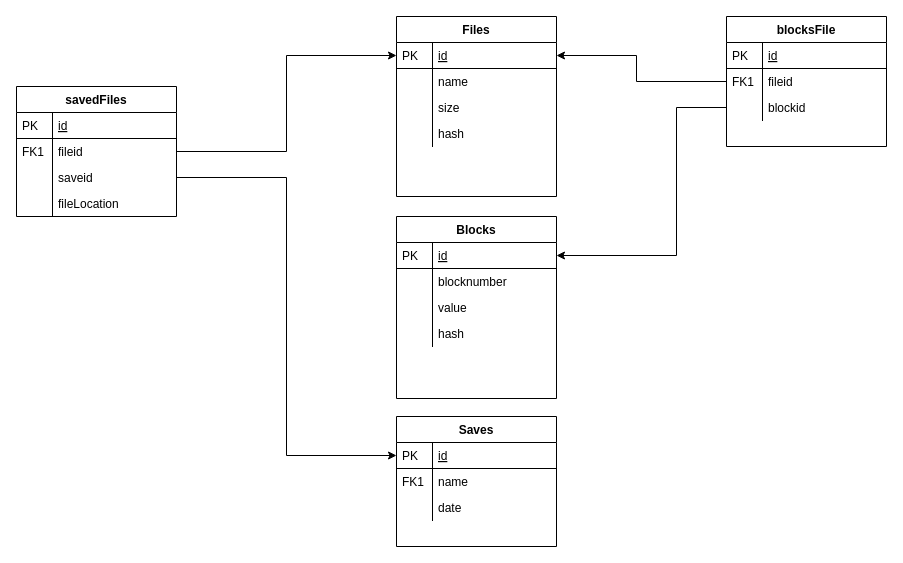
Above: diagrams/db.drawio in martinbonneau/save_dir_ansible (draw.io), before the change. Source tidied: cells renumbered, new cells numbered last; positions are measured from the earlier drawing's top-left corner, leaving out a move shared by most shapes. Both pictures are drawn from the tidied source at 100%, with x=0, y=0 at pixel (16, 16).
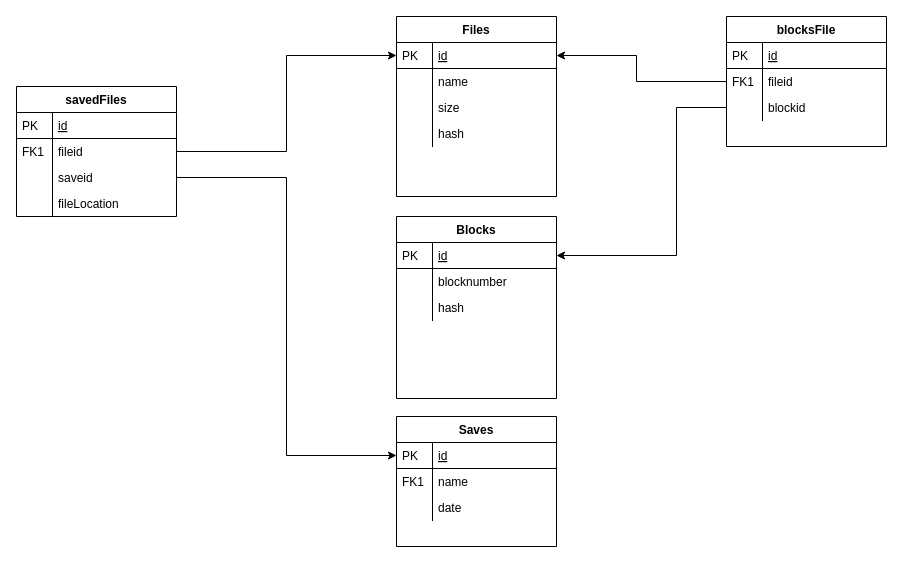
The same page after the edit.

Commit message (it also covers changes not shown here):
Adjust sql file and sb schemas to use FTP as block storing method

Unchanged cells that the change refers to:
```xml
<mxCell id="11" value="Blocks" style="swimlane;fontStyle=1;horizontal=1;startSize=26;rounded=0;shadow=0;strokeWidth=1;" parent="1" vertex="1">
  <mxGeometry x="380" y="200" width="160" height="182" as="geometry" />
</mxCell>
```

Change to the diagram source:
```diff
@@
-    <mxCell id="16" value="value" style="shape=partialRectangle;top=0;left=0;right=0;bottom=0;align=left;verticalAlign=top;fillColor=none;spacingLeft=40;spacingRight=4;overflow=hidden;rounded=0;shadow=0;strokeWidth=1;" parent="11" vertex="1">
-      <mxGeometry y="78" width="160" height="26" as="geometry" />
-    </mxCell>
-    <mxCell id="17" style="shape=partialRectangle;top=0;left=0;bottom=0;fillColor=none;align=left;verticalAlign=top;spacingLeft=4;spacingRight=4;overflow=hidden;" parent="16" vertex="1">
-      <mxGeometry width="36" height="26" as="geometry" />
-    </mxCell>
     <mxCell id="18" value="hash" style="shape=partialRectangle;top=0;left=0;right=0;bottom=0;align=left;verticalAlign=top;fillColor=none;spacingLeft=40;spacingRight=4;overflow=hidden;rounded=0;shadow=0;strokeWidth=1;" parent="11" vertex="1">
-      <mxGeometry y="104" width="160" height="26" as="geometry" />
+      <mxGeometry y="78" width="160" height="26" as="geometry" />
     </mxCell>
```
